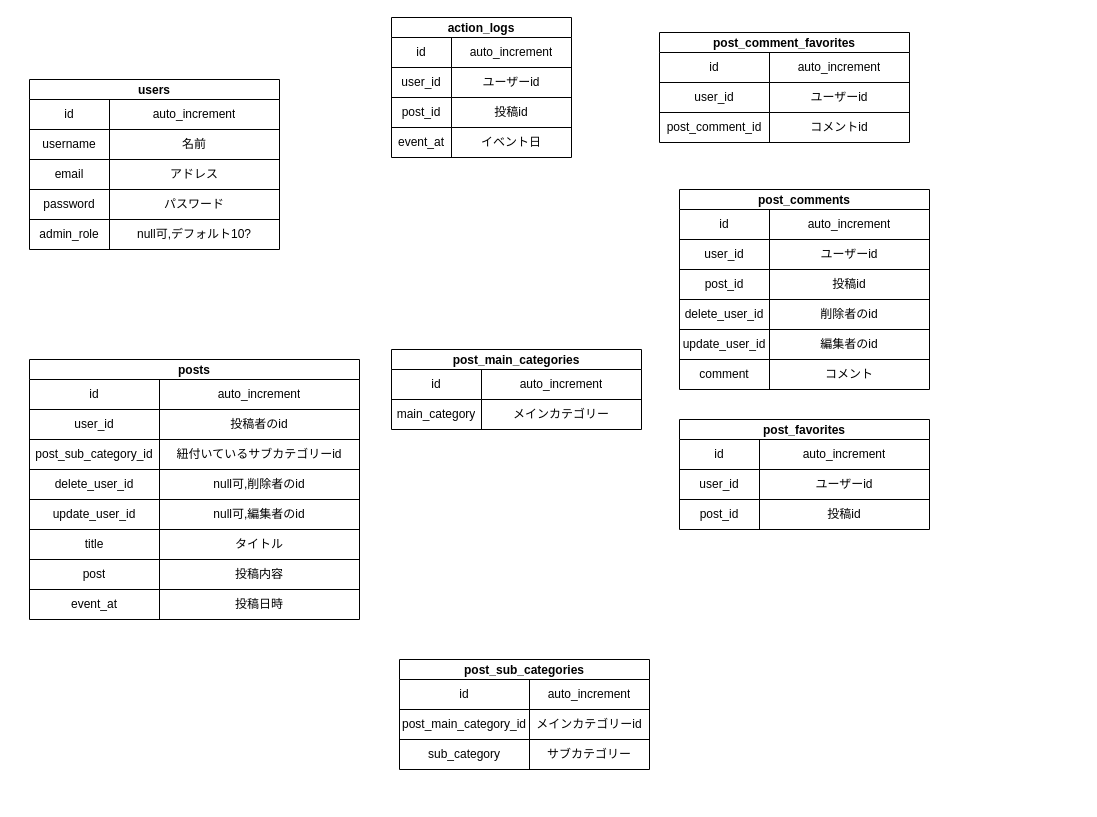
This is bbm.dio from I-Kouta/BBM, a draw.io file, before an edit. Source tidied: cells renumbered, new cells numbered last; positions are measured from the earlier drawing's top-left corner, leaving out a move shared by most shapes. Both pictures are drawn from the tidied source at 100%, with x=0, y=0 at pixel (29, 17).
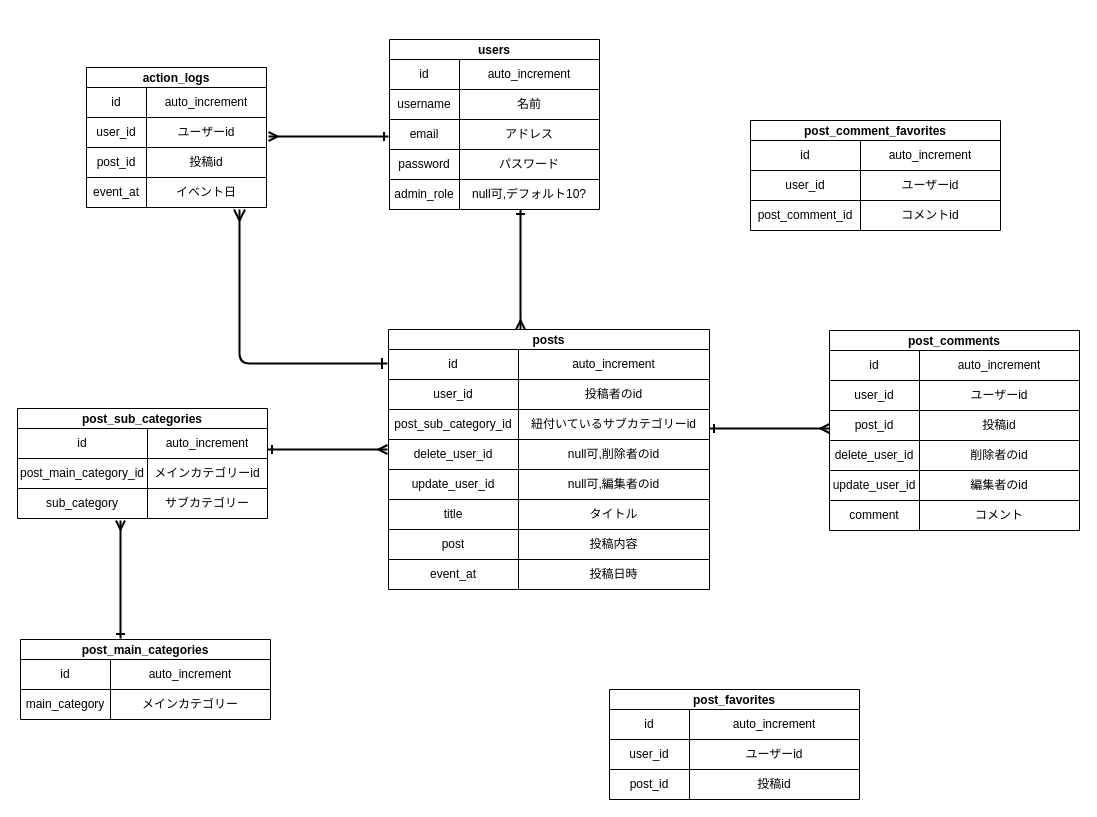
The same page after the edit.

Commit message:
分かる範囲でリレーションを記述しました

Change to the diagram source:
```diff
@@
     <mxCell id="2" value="users" style="shape=table;startSize=20;childLayout=tableLayout;fontStyle=1;align=center;" parent="1" vertex="1">
-      <mxGeometry y="62" width="250" height="170" as="geometry" />
+      <mxGeometry x="360" y="22" width="210" height="170" as="geometry" />
     </mxCell>
     <mxCell id="3" style="shape=partialRectangle;html=1;whiteSpace=wrap;fillColor=none;top=0;left=0;bottom=0;right=0;" parent="2" vertex="1">
-      <mxGeometry y="20" width="250" height="30" as="geometry" />
+      <mxGeometry y="20" width="210" height="30" as="geometry" />
     </mxCell>
     <mxCell id="4" value="id" style="shape=partialRectangle;html=1;whiteSpace=wrap;fillColor=none;top=0;left=0;bottom=0;right=0;overflow=hidden;" parent="3" vertex="1">
-      <mxGeometry width="80" height="30" as="geometry" />
+      <mxGeometry width="70" height="30" as="geometry" />
     </mxCell>
     <mxCell id="5" value="auto_increment" style="shape=partialRectangle;html=1;whiteSpace=wrap;fillColor=none;top=0;left=0;bottom=0;right=0;overflow=hidden;" parent="3" vertex="1">
-      <mxGeometry x="80" width="170" height="30" as="geometry" />
+      <mxGeometry x="70" width="140" height="30" as="geometry" />
     </mxCell>
     <mxCell id="6" style="shape=partialRectangle;html=1;whiteSpace=wrap;fillColor=none;top=0;left=0;bottom=0;right=0;" parent="2" vertex="1">
-      <mxGeometry y="50" width="250" height="30" as="geometry" />
+      <mxGeometry y="50" width="210" height="30" as="geometry" />
     </mxCell>
     <mxCell id="7" value="username" style="shape=partialRectangle;html=1;whiteSpace=wrap;fillColor=none;top=0;left=0;bottom=0;right=0;overflow=hidden;" parent="6" vertex="1">
-      <mxGeometry width="80" height="30" as="geometry" />
+      <mxGeometry width="70" height="30" as="geometry" />
     </mxCell>
     <mxCell id="8" value="名前" style="shape=partialRectangle;html=1;whiteSpace=wrap;fillColor=none;top=0;left=0;bottom=0;right=0;overflow=hidden;" parent="6" vertex="1">
-      <mxGeometry x="80" width="170" height="30" as="geometry" />
+      <mxGeometry x="70" width="140" height="30" as="geometry" />
     </mxCell>
     <mxCell id="9" style="shape=partialRectangle;html=1;whiteSpace=wrap;fillColor=none;top=0;left=0;bottom=0;right=0;" parent="2" vertex="1">
-      <mxGeometry y="80" width="250" height="30" as="geometry" />
+      <mxGeometry y="80" width="210" height="30" as="geometry" />
     </mxCell>
     <mxCell id="10" value="email" style="shape=partialRectangle;html=1;whiteSpace=wrap;fillColor=none;top=0;left=0;bottom=0;right=0;overflow=hidden;" parent="9" vertex="1">
-      <mxGeometry width="80" height="30" as="geometry" />
+      <mxGeometry width="70" height="30" as="geometry" />
     </mxCell>
     <mxCell id="11" value="アドレス" style="shape=partialRectangle;html=1;whiteSpace=wrap;fillColor=none;top=0;left=0;bottom=0;right=0;overflow=hidden;" parent="9" vertex="1">
-      <mxGeometry x="80" width="170" height="30" as="geometry" />
+      <mxGeometry x="70" width="140" height="30" as="geometry" />
     </mxCell>
     <mxCell id="12" style="shape=partialRectangle;html=1;whiteSpace=wrap;fillColor=none;top=0;left=0;bottom=0;right=0;" parent="2" vertex="1">
-      <mxGeometry y="110" width="250" height="30" as="geometry" />
+      <mxGeometry y="110" width="210" height="30" as="geometry" />
     </mxCell>
     <mxCell id="13" value="password" style="shape=partialRectangle;html=1;whiteSpace=wrap;fillColor=none;top=0;left=0;bottom=0;right=0;overflow=hidden;" parent="12" vertex="1">
-      <mxGeometry width="80" height="30" as="geometry" />
+      <mxGeometry width="70" height="30" as="geometry" />
     </mxCell>
     <mxCell id="14" value="パスワード" style="shape=partialRectangle;html=1;whiteSpace=wrap;fillColor=none;top=0;left=0;bottom=0;right=0;overflow=hidden;" parent="12" vertex="1">
-      <mxGeometry x="80" width="170" height="30" as="geometry" />
+      <mxGeometry x="70" width="140" height="30" as="geometry" />
     </mxCell>
     <mxCell id="15" style="shape=partialRectangle;html=1;whiteSpace=wrap;fillColor=none;top=0;left=0;bottom=0;right=0;" parent="2" vertex="1">
-      <mxGeometry y="140" width="250" height="30" as="geometry" />
+      <mxGeometry y="140" width="210" height="30" as="geometry" />
     </mxCell>
     <mxCell id="16" value="admin_role" style="shape=partialRectangle;html=1;whiteSpace=wrap;fillColor=none;top=0;left=0;bottom=0;right=0;overflow=hidden;" parent="15" vertex="1">
-      <mxGeometry width="80" height="30" as="geometry" />
+      <mxGeometry width="70" height="30" as="geometry" />
     </mxCell>
     <mxCell id="17" value="null可,デフォルト10?" style="shape=partialRectangle;html=1;whiteSpace=wrap;fillColor=none;top=0;left=0;bottom=0;right=0;overflow=hidden;" parent="15" vertex="1">
-      <mxGeometry x="80" width="170" height="30" as="geometry" />
+      <mxGeometry x="70" width="140" height="30" as="geometry" />
     </mxCell>
     <mxCell id="18" value="posts" style="shape=table;startSize=20;childLayout=tableLayout;fontStyle=1;align=center;" parent="1" vertex="1">
-      <mxGeometry y="342" width="330" height="260" as="geometry" />
+      <mxGeometry x="359" y="312" width="321" height="260" as="geometry" />
     </mxCell>
     <mxCell id="19" style="shape=partialRectangle;html=1;whiteSpace=wrap;fillColor=none;top=0;left=0;bottom=0;right=0;" parent="18" vertex="1">
-      <mxGeometry y="20" width="330" height="30" as="geometry" />
+      <mxGeometry y="20" width="321" height="30" as="geometry" />
     </mxCell>
@@
     <mxCell id="21" value="auto_increment" style="shape=partialRectangle;html=1;whiteSpace=wrap;fillColor=none;top=0;left=0;bottom=0;right=0;overflow=hidden;" parent="19" vertex="1">
-      <mxGeometry x="130" width="200" height="30" as="geometry" />
+      <mxGeometry x="130" width="191" height="30" as="geometry" />
     </mxCell>
     <mxCell id="22" style="shape=partialRectangle;html=1;whiteSpace=wrap;fillColor=none;top=0;left=0;bottom=0;right=0;" parent="18" vertex="1">
-      <mxGeometry y="50" width="330" height="30" as="geometry" />
+      <mxGeometry y="50" width="321" height="30" as="geometry" />
     </mxCell>
@@
     <mxCell id="24" value="投稿者のid" style="shape=partialRectangle;html=1;whiteSpace=wrap;fillColor=none;top=0;left=0;bottom=0;right=0;overflow=hidden;" parent="22" vertex="1">
-      <mxGeometry x="130" width="200" height="30" as="geometry" />
+      <mxGeometry x="130" width="191" height="30" as="geometry" />
     </mxCell>
     <mxCell id="25" style="shape=partialRectangle;html=1;whiteSpace=wrap;fillColor=none;top=0;left=0;bottom=0;right=0;" parent="18" vertex="1">
-      <mxGeometry y="80" width="330" height="30" as="geometry" />
+      <mxGeometry y="80" width="321" height="30" as="geometry" />
     </mxCell>
@@
     <mxCell id="27" value="紐付いているサブカテゴリーid" style="shape=partialRectangle;html=1;whiteSpace=wrap;fillColor=none;top=0;left=0;bottom=0;right=0;overflow=hidden;" parent="25" vertex="1">
-      <mxGeometry x="130" width="200" height="30" as="geometry" />
+      <mxGeometry x="130" width="191" height="30" as="geometry" />
     </mxCell>
     <mxCell id="28" style="shape=partialRectangle;html=1;whiteSpace=wrap;fillColor=none;top=0;left=0;bottom=0;right=0;" parent="18" vertex="1">
-      <mxGeometry y="110" width="330" height="30" as="geometry" />
+      <mxGeometry y="110" width="321" height="30" as="geometry" />
     </mxCell>
@@
     <mxCell id="30" value="null可,削除者のid" style="shape=partialRectangle;html=1;whiteSpace=wrap;fillColor=none;top=0;left=0;bottom=0;right=0;overflow=hidden;" parent="28" vertex="1">
-      <mxGeometry x="130" width="200" height="30" as="geometry" />
+      <mxGeometry x="130" width="191" height="30" as="geometry" />
     </mxCell>
     <mxCell id="31" style="shape=partialRectangle;html=1;whiteSpace=wrap;fillColor=none;top=0;left=0;bottom=0;right=0;" parent="18" vertex="1">
-      <mxGeometry y="140" width="330" height="30" as="geometry" />
+      <mxGeometry y="140" width="321" height="30" as="geometry" />
     </mxCell>
@@
     <mxCell id="33" value="null可,編集者のid" style="shape=partialRectangle;html=1;whiteSpace=wrap;fillColor=none;top=0;left=0;bottom=0;right=0;overflow=hidden;" parent="31" vertex="1">
-      <mxGeometry x="130" width="200" height="30" as="geometry" />
+      <mxGeometry x="130" width="191" height="30" as="geometry" />
     </mxCell>
     <mxCell id="34" style="shape=partialRectangle;html=1;whiteSpace=wrap;fillColor=none;top=0;left=0;bottom=0;right=0;" parent="18" vertex="1">
-      <mxGeometry y="170" width="330" height="30" as="geometry" />
+      <mxGeometry y="170" width="321" height="30" as="geometry" />
     </mxCell>
@@
     <mxCell id="36" value="タイトル" style="shape=partialRectangle;html=1;whiteSpace=wrap;fillColor=none;top=0;left=0;bottom=0;right=0;overflow=hidden;" parent="34" vertex="1">
-      <mxGeometry x="130" width="200" height="30" as="geometry" />
+      <mxGeometry x="130" width="191" height="30" as="geometry" />
     </mxCell>
     <mxCell id="37" style="shape=partialRectangle;html=1;whiteSpace=wrap;fillColor=none;top=0;left=0;bottom=0;right=0;" parent="18" vertex="1">
-      <mxGeometry y="200" width="330" height="30" as="geometry" />
+      <mxGeometry y="200" width="321" height="30" as="geometry" />
     </mxCell>
@@
     <mxCell id="39" value="投稿内容" style="shape=partialRectangle;html=1;whiteSpace=wrap;fillColor=none;top=0;left=0;bottom=0;right=0;overflow=hidden;" parent="37" vertex="1">
-      <mxGeometry x="130" width="200" height="30" as="geometry" />
+      <mxGeometry x="130" width="191" height="30" as="geometry" />
     </mxCell>
     <mxCell id="40" style="shape=partialRectangle;html=1;whiteSpace=wrap;fillColor=none;top=0;left=0;bottom=0;right=0;" parent="18" vertex="1">
-      <mxGeometry y="230" width="330" height="30" as="geometry" />
+      <mxGeometry y="230" width="321" height="30" as="geometry" />
     </mxCell>
@@
     <mxCell id="42" value="投稿日時" style="shape=partialRectangle;html=1;whiteSpace=wrap;fillColor=none;top=0;left=0;bottom=0;right=0;overflow=hidden;" parent="40" vertex="1">
-      <mxGeometry x="130" width="200" height="30" as="geometry" />
+      <mxGeometry x="130" width="191" height="30" as="geometry" />
     </mxCell>
     <mxCell id="43" value="action_logs" style="shape=table;startSize=20;childLayout=tableLayout;fontStyle=1;align=center;" parent="1" vertex="1">
-      <mxGeometry x="362" width="180" height="140" as="geometry" />
+      <mxGeometry x="57" y="50" width="180" height="140" as="geometry" />
     </mxCell>
@@
     <mxCell id="56" value="post_comment_favorites" style="shape=table;startSize=20;childLayout=tableLayout;fontStyle=1;align=center;" parent="1" vertex="1">
-      <mxGeometry x="630" y="15" width="250" height="110" as="geometry" />
+      <mxGeometry x="721" y="103" width="250" height="110" as="geometry" />
     </mxCell>
@@
     <mxCell id="66" value="post_comments" style="shape=table;startSize=20;childLayout=tableLayout;fontStyle=1;align=center;" parent="1" vertex="1">
-      <mxGeometry x="650" y="172" width="250" height="200" as="geometry" />
+      <mxGeometry x="800" y="313" width="250" height="200" as="geometry" />
     </mxCell>
@@
     <mxCell id="85" value="post_favorites" style="shape=table;startSize=20;childLayout=tableLayout;fontStyle=1;align=center;" parent="1" vertex="1">
-      <mxGeometry x="650" y="402" width="250" height="110" as="geometry" />
+      <mxGeometry x="580" y="672" width="250" height="110" as="geometry" />
     </mxCell>
@@
     <mxCell id="95" value="post_main_categories" style="shape=table;startSize=20;childLayout=tableLayout;fontStyle=1;align=center;" parent="1" vertex="1">
-      <mxGeometry x="362" y="332" width="250" height="80" as="geometry" />
+      <mxGeometry x="-9" y="622" width="250" height="80" as="geometry" />
     </mxCell>
@@
     <mxCell id="102" value="post_sub_categories" style="shape=table;startSize=20;childLayout=tableLayout;fontStyle=1;align=center;" parent="1" vertex="1">
-      <mxGeometry x="370" y="642" width="250" height="110" as="geometry" />
+      <mxGeometry x="-12" y="391" width="250" height="110" as="geometry" />
     </mxCell>
@@
+    <mxCell id="112" style="endArrow=ERmany;html=1;strokeWidth=2;startArrow=ERone;startFill=0;endFill=0;" parent="1" edge="1">
+      <mxGeometry relative="1" as="geometry">
+        <mxPoint x="491" y="192" as="sourcePoint" />
+        <mxPoint x="491" y="312" as="targetPoint" />
+      </mxGeometry>
+    </mxCell>
+    <mxCell id="113" style="endArrow=ERmany;html=1;strokeWidth=2;startArrow=ERone;startFill=0;endFill=0;" parent="1" edge="1">
+      <mxGeometry relative="1" as="geometry">
+        <mxPoint x="238" y="432" as="sourcePoint" />
+        <mxPoint x="358" y="432" as="targetPoint" />
+      </mxGeometry>
+    </mxCell>
+    <mxCell id="114" style="endArrow=ERmany;html=1;strokeWidth=2;startArrow=ERone;startFill=0;endFill=0;" parent="1" edge="1">
+      <mxGeometry relative="1" as="geometry">
+        <mxPoint x="91" y="621" as="sourcePoint" />
+        <mxPoint x="91" y="503" as="targetPoint" />
+      </mxGeometry>
+    </mxCell>
+    <mxCell id="115" style="endArrow=ERmany;html=1;strokeWidth=2;startArrow=ERone;startFill=0;endFill=0;" parent="1" edge="1">
+      <mxGeometry relative="1" as="geometry">
+        <mxPoint x="680" y="411" as="sourcePoint" />
+        <mxPoint x="800" y="411" as="targetPoint" />
+      </mxGeometry>
+    </mxCell>
+    <mxCell id="116" style="endArrow=ERmany;html=1;strokeWidth=2;startArrow=ERone;startFill=0;endFill=0;" parent="1" edge="1">
+      <mxGeometry relative="1" as="geometry">
+        <mxPoint x="359" y="119" as="sourcePoint" />
+        <mxPoint x="239" y="119" as="targetPoint" />
+      </mxGeometry>
+    </mxCell>
+    <mxCell id="117" style="edgeStyle=segmentEdgeStyle;endArrow=ERmany;html=1;rounded=1;endSize=8;startSize=8;strokeWidth=2;endFill=0;startArrow=ERone;startFill=0;" parent="1" edge="1">
+      <mxGeometry relative="1" as="geometry">
+        <mxPoint x="358" y="346" as="sourcePoint" />
+        <mxPoint x="210" y="192" as="targetPoint" />
+      </mxGeometry>
+    </mxCell>
```
